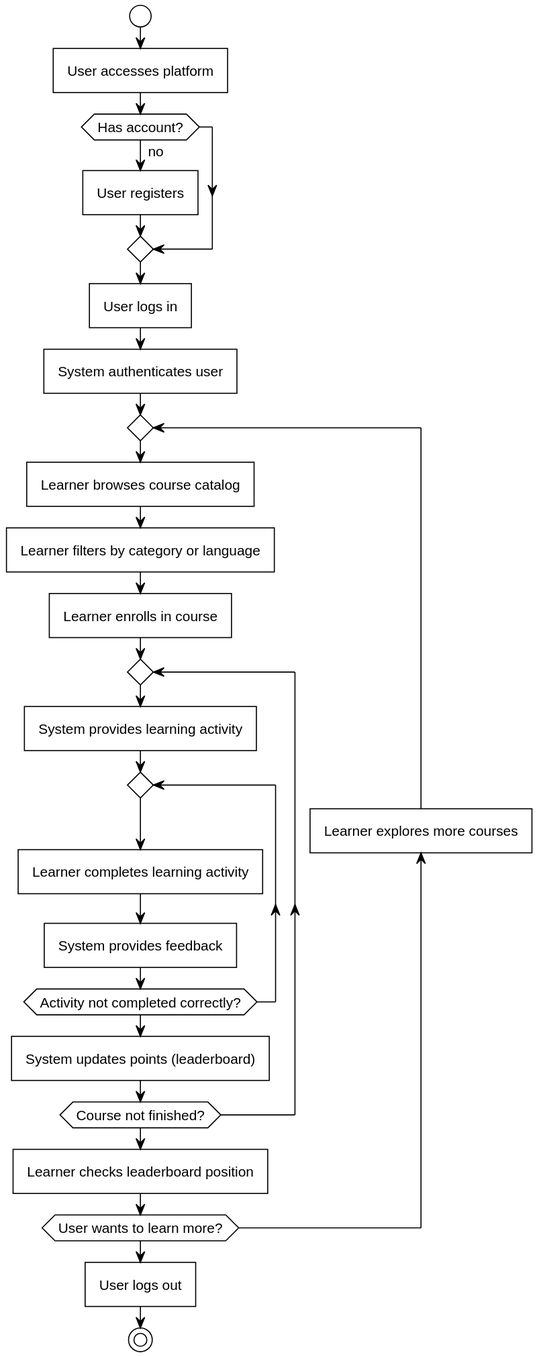
The PlantUML diagram out/Analysis/ActivityDIagrams/PlatformWorkflow/PlatformWorkflow.svg in SEPCheesecakeFactory/SEP3, before a commit.
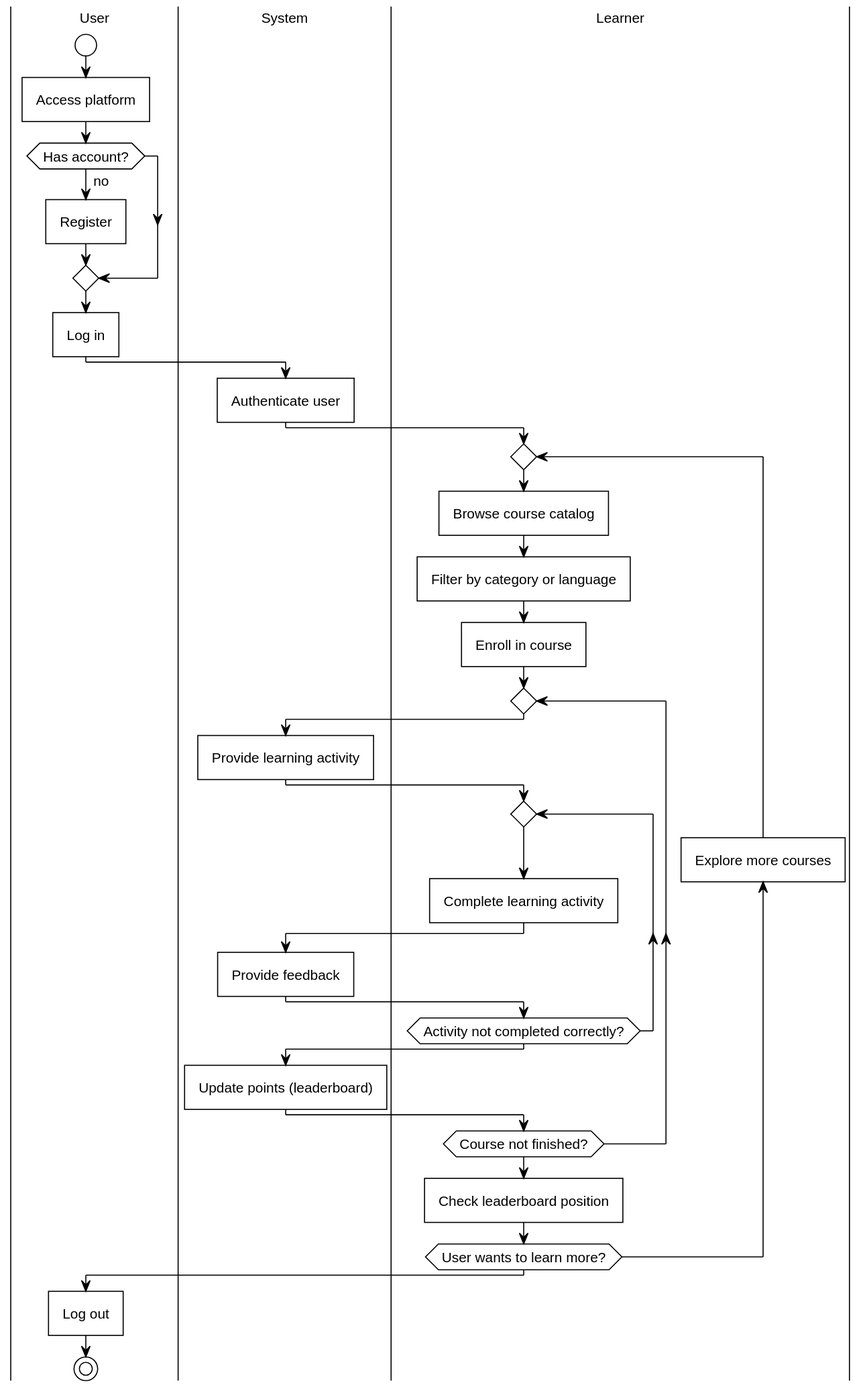
After the change.

Change to the diagram source:
```diff
@@ -1,27 +1,37 @@
 @startuml
 !include https://raw.githubusercontent.com/fredoslav2004/MinimalThemePUML/refs/heads/main/minimal-theme.puml
+|User|
 start
-:User accesses platform;
+:Access platform;
 if (Has account?) then (no)
-    :User registers;
+    :Register;
 endif
-:User logs in;
-:System authenticates user;
+:Log in;
+|System|
+:Authenticate user;
+|Learner|
 repeat
-    :Learner browses course catalog;
-    :Learner filters by category or language;
-    :Learner enrolls in course;
+    :Browse course catalog;
+    :Filter by category or language;
+    :Enroll in course;
     repeat
-        :System provides learning activity;
+        |System|
+        :Provide learning activity;
+        |Learner|
         repeat
-        :Learner completes learning activity;
-        :System provides feedback;
+        :Complete learning activity;
+        |System|
+        :Provide feedback;
+        |Learner|
         repeat while (Activity not completed correctly?)
-        :System updates points (leaderboard);
+        |System|
+        :Update points (leaderboard);
+        |Learner|
     repeat while (Course not finished?)
-    :Learner checks leaderboard position;
-backward:Learner explores more courses;
+    :Check leaderboard position;
+backward:Explore more courses;
 repeat while (User wants to learn more?)
-:User logs out;
+|User|
+:Log out;
 stop
 @enduml
```
